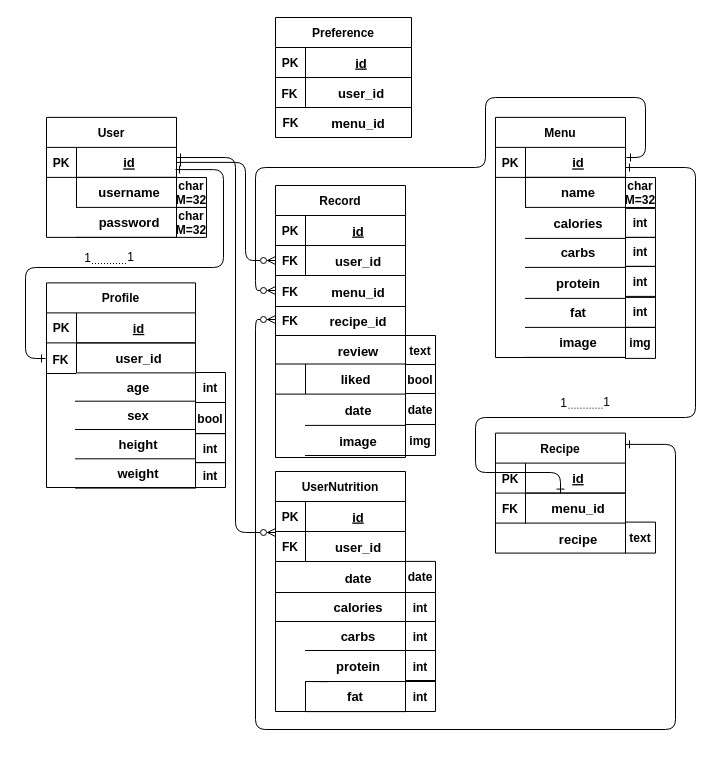
Earlier version of the draw.io diagram diagrams/Backend ER Diagram.drawio (swsnu/swpp2021-team5). Source tidied: cells renumbered, new cells numbered last; positions are measured from the earlier drawing's top-left corner, leaving out a move shared by most shapes. Both pictures are drawn from the tidied source at 100%, with x=0, y=0 at pixel (25, 17).
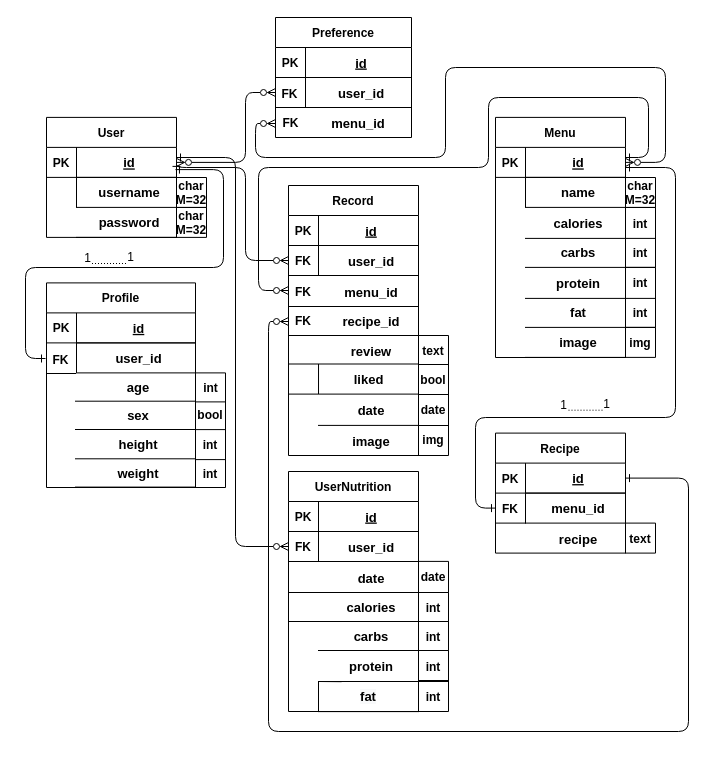
Above is the later version.

Unchanged cells that the change refers to:
```xml
<mxCell id="4" style="shape=partialRectangle;fillColor=none;points=[[0,0.5],[1,0.5]];portConstraint=eastwest;top=0;left=0;right=0;bottom=1;" parent="3" vertex="1">
  <mxGeometry y="30" width="130" height="30" as="geometry" />
</mxCell>
<mxCell id="7" style="shape=partialRectangle;fillColor=none;points=[[0,0.5],[1,0.5]];portConstraint=eastwest;top=0;left=0;right=0;bottom=0;" parent="3" vertex="1">
  <mxGeometry y="60" width="130" height="30" as="geometry" />
</mxCell>
<mxCell id="17" style="shape=partialRectangle;fillColor=none;points=[[0,0.5],[1,0.5]];portConstraint=eastwest;top=0;left=0;right=0;bottom=1;" parent="16" vertex="1">
  <mxGeometry y="30" width="130" height="30" as="geometry" />
</mxCell>
<mxCell id="36" style="shape=partialRectangle;fillColor=none;points=[[0,0.5],[1,0.5]];portConstraint=eastwest;top=0;left=0;right=0;bottom=0;" parent="32" vertex="1">
  <mxGeometry y="60" width="130" height="30" as="geometry" />
</mxCell>
<mxCell id="51" style="shape=partialRectangle;fillColor=none;points=[[0,0.5],[1,0.5]];portConstraint=eastwest;top=0;left=0;right=0;bottom=0;" parent="47" vertex="1">
  <mxGeometry y="60" width="130" height="30" as="geometry" />
</mxCell>
<mxCell id="108" style="shape=partialRectangle;fillColor=none;points=[[0,0.5],[1,0.5]];portConstraint=eastwest;top=0;left=0;right=0;bottom=0;" parent="104" vertex="1">
  <mxGeometry y="60" width="136" height="30" as="geometry" />
</mxCell>
<mxCell id="115" style="shape=partialRectangle;fillColor=none;points=[[0,0.5],[1,0.5]];portConstraint=eastwest;top=0;left=0;right=0;bottom=1;" parent="114" vertex="1">
  <mxGeometry y="30" width="130" height="30" as="geometry" />
</mxCell>
```

Diff of the diagram source:
```diff
@@
     <mxCell id="13" style="edgeStyle=orthogonalEdgeStyle;endArrow=ERzeroToMany;startArrow=ERone;endFill=0;startFill=0;exitX=1;exitY=0.5;exitDx=0;exitDy=0;strokeColor=default;labelBackgroundColor=default;fontColor=default;" parent="1" edge="1" source="17" target="36">
       <mxGeometry relative="1" as="geometry">
         <Array as="points">
-          <mxPoint x="220" y="145" />
+          <mxPoint x="151" y="150" />
+          <mxPoint x="220" y="150" />
           <mxPoint x="220" y="243" />
         </Array>
       </mxGeometry>
     </mxCell>
@@
     <mxCell id="24" style="edgeStyle=orthogonalEdgeStyle;endArrow=ERone;startArrow=ERone;endFill=0;startFill=0;strokeColor=default;labelBackgroundColor=default;fontColor=default;" parent="1" edge="1" source="7">
       <mxGeometry relative="1" as="geometry">
         <mxPoint x="600" y="150" as="targetPoint" />
         <Array as="points">
-          <mxPoint x="535" y="455" />
-          <mxPoint x="450" y="455" />
+          <mxPoint x="450" y="491" />
           <mxPoint x="450" y="400" />
-          <mxPoint x="670" y="400" />
-          <mxPoint x="670" y="150" />
+          <mxPoint x="650" y="400" />
+          <mxPoint x="650" y="150" />
         </Array>
       </mxGeometry>
     </mxCell>
-    <mxCell id="25" style="edgeStyle=orthogonalEdgeStyle;endArrow=ERzeroToMany;startArrow=ERone;endFill=0;startFill=0;strokeColor=default;labelBackgroundColor=default;fontColor=default;" parent="1" edge="1">
+    <mxCell id="25" style="edgeStyle=orthogonalEdgeStyle;endArrow=ERzeroToMany;startArrow=ERone;endFill=0;startFill=0;strokeColor=default;labelBackgroundColor=default;fontColor=default;" parent="1" edge="1" source="115">
       <mxGeometry relative="1" as="geometry">
-        <mxPoint x="601" y="140" as="sourcePoint" />
-        <mxPoint x="250" y="273" as="targetPoint" />
+        <mxPoint x="263" y="273" as="targetPoint" />
         <Array as="points">
-          <mxPoint x="620" y="140" />
-          <mxPoint x="620" y="80" />
-          <mxPoint x="460" y="80" />
-          <mxPoint x="460" y="150" />
-          <mxPoint x="230" y="150" />
-          <mxPoint x="230" y="273" />
+          <mxPoint x="623" y="140" />
+          <mxPoint x="623" y="80" />
+          <mxPoint x="463" y="80" />
+          <mxPoint x="463" y="150" />
+          <mxPoint x="233" y="150" />
+          <mxPoint x="233" y="273" />
         </Array>
       </mxGeometry>
     </mxCell>
-    <mxCell id="26" style="edgeStyle=orthogonalEdgeStyle;endArrow=ERzeroToMany;startArrow=ERone;endFill=0;startFill=0;exitX=1;exitY=0.5;exitDx=0;exitDy=0;strokeColor=default;labelBackgroundColor=default;fontColor=default;" parent="1" edge="1">
+    <mxCell id="26" style="edgeStyle=orthogonalEdgeStyle;endArrow=ERzeroToMany;startArrow=ERone;endFill=0;startFill=0;exitX=1;exitY=0.5;exitDx=0;exitDy=0;strokeColor=default;labelBackgroundColor=default;fontColor=default;" parent="1" edge="1" source="4">
       <mxGeometry relative="1" as="geometry">
-        <mxPoint x="600" y="426.9" as="sourcePoint" />
-        <mxPoint x="250" y="302" as="targetPoint" />
+        <mxPoint x="263" y="304" as="targetPoint" />
         <Array as="points">
-          <mxPoint x="650" y="427" />
-          <mxPoint x="650" y="712" />
-          <mxPoint x="230" y="712" />
-          <mxPoint x="230" y="302" />
+          <mxPoint x="663" y="461" />
+          <mxPoint x="663" y="714" />
+          <mxPoint x="243" y="714" />
+          <mxPoint x="243" y="304" />
         </Array>
       </mxGeometry>
     </mxCell>
     <mxCell id="27" value="&lt;span style=&quot;font-family: &amp;quot;helvetica&amp;quot; ; font-size: 13px ; font-style: normal ; font-weight: 700 ; letter-spacing: normal ; text-indent: 0px ; text-transform: none ; word-spacing: 0px ; background-color: rgb(248 , 249 , 250) ; display: inline ; float: none&quot;&gt;fat&lt;/span&gt;" style="rounded=0;whiteSpace=wrap;html=1;fillColor=none;strokeColor=default;fontColor=default;align=center;" parent="1" vertex="1">
-      <mxGeometry x="280" y="664" width="100" height="30.1" as="geometry" />
+      <mxGeometry x="293" y="664" width="100" height="30.1" as="geometry" />
     </mxCell>
     <mxCell id="28" style="endArrow=none;html=1;rounded=0;exitX=0.231;exitY=0.006;exitDx=0;exitDy=0;exitPerimeter=0;" parent="1" edge="1" source="27">
       <mxGeometry relative="1" as="geometry">
-        <mxPoint x="280" y="664" as="targetPoint" />
+        <mxPoint x="293" y="664" as="targetPoint" />
       </mxGeometry>
     </mxCell>
     <mxCell id="29" style="edgeStyle=orthogonalEdgeStyle;endArrow=ERzeroToMany;startArrow=ERone;endFill=0;startFill=0;strokeColor=default;labelBackgroundColor=default;fontColor=default;" parent="1" edge="1" source="17" target="51">
       <mxGeometry relative="1" as="geometry">
         <Array as="points">
           <mxPoint x="210" y="140" />
-          <mxPoint x="210" y="515" />
+          <mxPoint x="210" y="529" />
         </Array>
       </mxGeometry>
     </mxCell>
     <mxCell id="30" value="&lt;b&gt;&lt;font style=&quot;font-size: 14px&quot;&gt;&amp;nbsp; &amp;nbsp; &amp;nbsp; &amp;nbsp; &lt;/font&gt;&lt;font style=&quot;font-size: 13px&quot;&gt;liked&lt;/font&gt;&lt;/b&gt;" style="rounded=0;whiteSpace=wrap;html=1;fillColor=none;strokeColor=default;fontColor=default;" parent="1" vertex="1">
-      <mxGeometry x="250" y="346.5" width="130" height="30.1" as="geometry" />
+      <mxGeometry x="263" y="346.5" width="130" height="30.1" as="geometry" />
     </mxCell>
@@
     <mxCell id="32" value="Record" style="shape=table;startSize=30;childLayout=tableLayout;rowLines=0;fontStyle=1;align=center;fillColor=default;strokeColor=default;fontColor=default;" parent="1" vertex="1">
-      <mxGeometry x="250" y="168" width="130" height="272" as="geometry" />
+      <mxGeometry x="263" y="168" width="130" height="270" as="geometry" />
     </mxCell>
@@
     <mxCell id="39" value="FK" style="shape=partialRectangle;overflow=hidden;fillColor=none;top=0;left=0;bottom=1;right=0;fontStyle=1;" parent="1" vertex="1">
-      <mxGeometry x="250" y="259" width="30" height="30" as="geometry" />
+      <mxGeometry x="263" y="259" width="30" height="30" as="geometry" />
     </mxCell>
     <mxCell id="40" value="menu_id" style="shape=partialRectangle;overflow=hidden;fillColor=none;top=0;left=0;bottom=1;right=0;align=center;spacingLeft=6;fontStyle=1;fontSize=13;" parent="1" vertex="1">
-      <mxGeometry x="280" y="259" width="100" height="30" as="geometry" />
+      <mxGeometry x="293" y="259" width="100" height="30" as="geometry" />
     </mxCell>
     <mxCell id="41" value="FK" style="shape=partialRectangle;overflow=hidden;fillColor=none;top=0;left=0;bottom=1;right=0;fontStyle=1;" parent="1" vertex="1">
-      <mxGeometry x="250" y="228" width="30" height="30" as="geometry" />
+      <mxGeometry x="263" y="228" width="30" height="30" as="geometry" />
     </mxCell>
     <mxCell id="42" value="FK" style="shape=partialRectangle;overflow=hidden;fillColor=none;top=0;left=0;bottom=1;right=0;fontStyle=1;" parent="1" vertex="1">
-      <mxGeometry x="250" y="288" width="30" height="30" as="geometry" />
+      <mxGeometry x="263" y="288" width="30" height="30" as="geometry" />
     </mxCell>
     <mxCell id="43" value="recipe_id" style="shape=partialRectangle;overflow=hidden;fillColor=none;top=0;left=0;bottom=1;right=0;align=center;spacingLeft=6;fontStyle=1;fontSize=13;" parent="1" vertex="1">
-      <mxGeometry x="280" y="288" width="100" height="30" as="geometry" />
+      <mxGeometry x="293" y="288" width="100" height="30" as="geometry" />
     </mxCell>
     <mxCell id="44" style="shape=partialRectangle;overflow=hidden;fillColor=none;top=0;left=0;bottom=0;right=0;" parent="1" vertex="1">
-      <mxGeometry x="250" y="318" width="30" height="30" as="geometry" />
+      <mxGeometry x="263" y="318" width="30" height="30" as="geometry" />
     </mxCell>
     <mxCell id="45" value="review" style="shape=partialRectangle;overflow=hidden;fillColor=none;top=0;left=0;bottom=0;right=0;align=center;spacingLeft=6;fontStyle=1;fontSize=13;" parent="1" vertex="1">
-      <mxGeometry x="280" y="318" width="100" height="30" as="geometry" />
+      <mxGeometry x="293" y="318" width="100" height="30" as="geometry" />
     </mxCell>
     <mxCell id="46" value="date" style="shape=partialRectangle;overflow=hidden;fillColor=none;top=0;left=0;bottom=1;right=0;align=center;spacingLeft=6;fontStyle=1;fontSize=13;strokeColor=default;fontColor=default;" parent="1" vertex="1">
-      <mxGeometry x="280" y="377.9" width="100" height="30" as="geometry" />
+      <mxGeometry x="293" y="377.9" width="100" height="30" as="geometry" />
     </mxCell>
     <mxCell id="47" value="UserNutrition" style="shape=table;startSize=30;childLayout=tableLayout;rowLines=0;fontStyle=1;align=center;" parent="1" vertex="1">
-      <mxGeometry x="250" y="454" width="130" height="240" as="geometry" />
+      <mxGeometry x="263" y="454" width="130" height="240" as="geometry" />
     </mxCell>
@@
     <mxCell id="54" style="shape=partialRectangle;overflow=hidden;fillColor=none;top=0;left=0;bottom=1;right=0;fontStyle=1;" parent="1" vertex="1">
-      <mxGeometry x="250" y="545" width="30" height="30" as="geometry" />
+      <mxGeometry x="263" y="545" width="30" height="30" as="geometry" />
     </mxCell>
     <mxCell id="55" value="calories" style="shape=partialRectangle;overflow=hidden;fillColor=none;top=0;left=0;bottom=1;right=0;align=center;spacingLeft=6;fontStyle=1;fontSize=13;strokeColor=default;fontColor=default;" parent="1" vertex="1">
-      <mxGeometry x="280" y="574" width="100" height="30" as="geometry" />
+      <mxGeometry x="293" y="574" width="100" height="30" as="geometry" />
     </mxCell>
     <mxCell id="56" value="FK" style="shape=partialRectangle;overflow=hidden;fillColor=none;top=0;left=0;bottom=1;right=0;fontStyle=1;" parent="1" vertex="1">
-      <mxGeometry x="250" y="514" width="30" height="30" as="geometry" />
+      <mxGeometry x="263" y="514" width="30" height="30" as="geometry" />
     </mxCell>
     <mxCell id="57" style="shape=partialRectangle;overflow=hidden;fillColor=none;top=0;left=0;bottom=1;right=0;fontStyle=1;strokeColor=default;fontColor=default;" parent="1" vertex="1">
-      <mxGeometry x="250" y="574" width="30" height="30" as="geometry" />
+      <mxGeometry x="263" y="574" width="30" height="30" as="geometry" />
     </mxCell>
     <mxCell id="58" value="carbs" style="shape=partialRectangle;overflow=hidden;fillColor=none;top=0;left=0;bottom=1;right=0;align=center;spacingLeft=6;fontStyle=1;fontSize=13;strokeColor=default;fontColor=default;" parent="1" vertex="1">
-      <mxGeometry x="280" y="603" width="100" height="30" as="geometry" />
+      <mxGeometry x="293" y="603" width="100" height="30" as="geometry" />
     </mxCell>
     <mxCell id="59" style="shape=partialRectangle;overflow=hidden;fillColor=none;top=0;left=0;bottom=0;right=0;" parent="1" vertex="1">
-      <mxGeometry x="250" y="604" width="30" height="30" as="geometry" />
+      <mxGeometry x="263" y="604" width="30" height="30" as="geometry" />
     </mxCell>
     <mxCell id="60" value="protein" style="shape=partialRectangle;overflow=hidden;fillColor=none;top=0;left=0;bottom=0;right=0;align=center;spacingLeft=6;fontStyle=1;fontSize=13;strokeColor=default;fontColor=default;" parent="1" vertex="1">
-      <mxGeometry x="280" y="633" width="100" height="30" as="geometry" />
+      <mxGeometry x="293" y="633" width="100" height="30" as="geometry" />
     </mxCell>
     <mxCell id="61" value="weight" style="shape=partialRectangle;overflow=hidden;fillColor=none;top=0;left=0;bottom=1;right=0;align=center;spacingLeft=6;fontStyle=1;fontSize=13;strokeColor=default;fontColor=default;" parent="1" vertex="1">
-      <mxGeometry x="50" y="441.3" width="120" height="29.3" as="geometry" />
+      <mxGeometry x="50" y="441.3" width="120" height="28.3" as="geometry" />
     </mxCell>
@@
     <mxCell id="74" style="group;fontColor=default;" parent="1" vertex="1">
-      <mxGeometry x="540" y="390.7" width="45" height="2" as="geometry" />
+      <mxGeometry x="540" y="392.7" width="45" height="2" as="geometry" />
     </mxCell>
@@
     <mxCell id="82" value="date" style="shape=partialRectangle;overflow=hidden;fillColor=none;top=0;left=0;bottom=1;right=0;align=center;spacingLeft=6;fontStyle=1;fontSize=13;strokeColor=default;fontColor=default;" parent="1" vertex="1">
-      <mxGeometry x="280" y="545" width="100" height="30" as="geometry" />
+      <mxGeometry x="293" y="545" width="100" height="30" as="geometry" />
     </mxCell>
     <mxCell id="83" value="int" style="shape=partialRectangle;overflow=hidden;fillColor=none;top=1;left=0;bottom=1;right=1;fontStyle=1;strokeColor=default;fontColor=default;" parent="1" vertex="1">
-      <mxGeometry x="380" y="575" width="30" height="29" as="geometry" />
+      <mxGeometry x="393" y="575" width="30" height="29" as="geometry" />
     </mxCell>
     <mxCell id="84" value="date" style="shape=partialRectangle;overflow=hidden;fillColor=none;top=1;left=0;bottom=1;right=1;fontStyle=1;strokeColor=default;fontColor=default;" parent="1" vertex="1">
-      <mxGeometry x="380" y="543.9" width="30" height="31.1" as="geometry" />
+      <mxGeometry x="393" y="543.9" width="30" height="31.1" as="geometry" />
     </mxCell>
     <mxCell id="85" value="int" style="shape=partialRectangle;overflow=hidden;fillColor=none;top=1;left=0;bottom=1;right=1;fontStyle=1;strokeColor=default;fontColor=default;" parent="1" vertex="1">
-      <mxGeometry x="380" y="604" width="30" height="29" as="geometry" />
+      <mxGeometry x="393" y="604" width="30" height="29" as="geometry" />
     </mxCell>
     <mxCell id="86" value="int" style="shape=partialRectangle;overflow=hidden;fillColor=none;top=1;left=0;bottom=1;right=1;fontStyle=1;strokeColor=default;fontColor=default;" parent="1" vertex="1">
-      <mxGeometry x="380" y="633" width="30" height="31" as="geometry" />
+      <mxGeometry x="393" y="633" width="30" height="31" as="geometry" />
     </mxCell>
     <mxCell id="87" value="int" style="shape=partialRectangle;overflow=hidden;fillColor=none;top=1;left=0;bottom=1;right=1;fontStyle=1;strokeColor=default;fontColor=default;" parent="1" vertex="1">
-      <mxGeometry x="380" y="663" width="30" height="31" as="geometry" />
+      <mxGeometry x="393" y="663" width="30" height="31" as="geometry" />
     </mxCell>
@@
     <mxCell id="90" value="int" style="shape=partialRectangle;overflow=hidden;fillColor=none;top=1;left=0;bottom=1;right=1;fontStyle=1;strokeColor=default;fontColor=default;" parent="1" vertex="1">
-      <mxGeometry x="170" y="355" width="30" height="30" as="geometry" />
+      <mxGeometry x="171" y="355.4" width="29" height="29" as="geometry" />
     </mxCell>
-    <mxCell id="91" value="int" style="shape=partialRectangle;overflow=hidden;fillColor=none;top=1;left=0;bottom=1;right=1;fontStyle=1;strokeColor=default;fontColor=default;" parent="1" vertex="1">
-      <mxGeometry x="170" y="416.1" width="30" height="29" as="geometry" />
+    <mxCell id="91" value="int" style="shape=partialRectangle;overflow=hidden;fillColor=none;top=0;left=0;bottom=1;right=1;fontStyle=1;strokeColor=default;fontColor=default;" parent="1" vertex="1">
+      <mxGeometry x="170" y="412.1" width="30" height="30" as="geometry" />
     </mxCell>
-    <mxCell id="92" value="bool" style="shape=partialRectangle;overflow=hidden;fillColor=none;top=1;left=0;bottom=1;right=1;fontStyle=1;strokeColor=default;fontColor=default;" parent="1" vertex="1">
-      <mxGeometry x="170" y="385" width="30" height="31.1" as="geometry" />
+    <mxCell id="92" value="bool" style="shape=partialRectangle;overflow=hidden;fillColor=none;top=0;left=0;bottom=1;right=1;fontStyle=1;strokeColor=default;fontColor=default;" parent="1" vertex="1">
+      <mxGeometry x="170" y="382" width="30" height="30.1" as="geometry" />
     </mxCell>
-    <mxCell id="93" value="int" style="shape=partialRectangle;overflow=hidden;fillColor=none;top=1;left=0;bottom=1;right=1;fontStyle=1;strokeColor=default;fontColor=default;" parent="1" vertex="1">
-      <mxGeometry x="170" y="445.1" width="30" height="24.9" as="geometry" />
+    <mxCell id="93" value="int" style="shape=partialRectangle;overflow=hidden;fillColor=none;top=0;left=0;bottom=1;right=1;fontStyle=1;strokeColor=default;fontColor=default;" parent="1" vertex="1">
+      <mxGeometry x="170" y="442.1" width="30" height="27.9" as="geometry" />
     </mxCell>
     <mxCell id="94" value="text" style="shape=partialRectangle;overflow=hidden;fillColor=none;top=1;left=0;bottom=1;right=1;fontStyle=1;strokeColor=default;fontColor=default;" parent="1" vertex="1">
-      <mxGeometry x="600" y="504.6" width="30" height="31" as="geometry" />
+      <mxGeometry x="600" y="505.6" width="30" height="30" as="geometry" />
     </mxCell>
     <mxCell id="95" value="text" style="shape=partialRectangle;overflow=hidden;fillColor=none;top=1;left=0;bottom=1;right=1;fontStyle=1;strokeColor=default;fontColor=default;" parent="1" vertex="1">
-      <mxGeometry x="380" y="318" width="30" height="29" as="geometry" />
+      <mxGeometry x="393" y="318" width="30" height="29" as="geometry" />
     </mxCell>
-    <mxCell id="96" value="bool" style="shape=partialRectangle;overflow=hidden;fillColor=none;top=1;left=0;bottom=1;right=1;fontStyle=1;strokeColor=default;fontColor=default;" parent="1" vertex="1">
-      <mxGeometry x="380" y="347" width="30" height="29" as="geometry" />
+    <mxCell id="96" value="bool" style="shape=partialRectangle;overflow=hidden;fillColor=none;top=0;left=0;bottom=1;right=1;fontStyle=1;strokeColor=default;fontColor=default;" parent="1" vertex="1">
+      <mxGeometry x="393" y="347" width="30" height="30" as="geometry" />
     </mxCell>
-    <mxCell id="97" value="date" style="shape=partialRectangle;overflow=hidden;fillColor=none;top=1;left=0;bottom=1;right=1;fontStyle=1;strokeColor=default;fontColor=default;" parent="1" vertex="1">
-      <mxGeometry x="380" y="376" width="30" height="31" as="geometry" />
+    <mxCell id="97" value="date" style="shape=partialRectangle;overflow=hidden;fillColor=none;top=0;left=0;bottom=1;right=1;fontStyle=1;strokeColor=default;fontColor=default;" parent="1" vertex="1">
+      <mxGeometry x="393" y="376" width="30" height="32" as="geometry" />
     </mxCell>
-    <mxCell id="98" value="int" style="shape=partialRectangle;overflow=hidden;fillColor=none;top=1;left=0;bottom=1;right=1;fontStyle=1;strokeColor=default;fontColor=default;" parent="1" vertex="1">
-      <mxGeometry x="600" y="190.9" width="30" height="29" as="geometry" />
+    <mxCell id="98" value="int" style="shape=partialRectangle;overflow=hidden;fillColor=none;top=1;left=0;bottom=0;right=1;fontStyle=1;strokeColor=default;fontColor=default;" parent="1" vertex="1">
+      <mxGeometry x="600" y="189.9" width="30" height="32" as="geometry" />
     </mxCell>
     <mxCell id="99" value="int" style="shape=partialRectangle;overflow=hidden;fillColor=none;top=1;left=0;bottom=1;right=1;fontStyle=1;strokeColor=default;fontColor=default;" parent="1" vertex="1">
-      <mxGeometry x="600" y="219.9" width="30" height="29" as="geometry" />
+      <mxGeometry x="600" y="220.9" width="30" height="29" as="geometry" />
     </mxCell>
     <mxCell id="100" value="int" style="shape=partialRectangle;overflow=hidden;fillColor=none;top=1;left=0;bottom=1;right=1;fontStyle=1;strokeColor=default;fontColor=default;" parent="1" vertex="1">
-      <mxGeometry x="600" y="248.9" width="30" height="31" as="geometry" />
+      <mxGeometry x="600" y="249.9" width="30" height="31" as="geometry" />
     </mxCell>
-    <mxCell id="101" value="int" style="shape=partialRectangle;overflow=hidden;fillColor=none;top=1;left=0;bottom=1;right=1;fontStyle=1;strokeColor=default;fontColor=default;" parent="1" vertex="1">
-      <mxGeometry x="600" y="278.9" width="30" height="31" as="geometry" />
+    <mxCell id="101" value="int" style="shape=partialRectangle;overflow=hidden;fillColor=none;top=0;left=0;bottom=1;right=1;fontStyle=1;strokeColor=default;fontColor=default;" parent="1" vertex="1">
+      <mxGeometry x="600" y="280" width="30" height="29.9" as="geometry" />
     </mxCell>
@@
     <mxCell id="130" value="img" style="shape=partialRectangle;overflow=hidden;fillColor=none;top=1;left=0;bottom=1;right=1;fontStyle=1;strokeColor=default;fontColor=default;" parent="1" vertex="1">
-      <mxGeometry x="600" y="309.9" width="30" height="31" as="geometry" />
+      <mxGeometry x="600" y="309.9" width="30" height="30" as="geometry" />
     </mxCell>
     <mxCell id="131" value="image" style="shape=partialRectangle;overflow=hidden;fillColor=none;top=0;left=0;bottom=1;right=0;align=center;spacingLeft=6;fontStyle=1;fontSize=13;strokeColor=default;fontColor=default;" parent="1" vertex="1">
-      <mxGeometry x="280" y="408" width="100" height="30" as="geometry" />
+      <mxGeometry x="293" y="408" width="100" height="30" as="geometry" />
     </mxCell>
-    <mxCell id="132" value="img" style="shape=partialRectangle;overflow=hidden;fillColor=none;top=1;left=0;bottom=1;right=1;fontStyle=1;strokeColor=default;fontColor=default;" parent="1" vertex="1">
-      <mxGeometry x="380" y="407" width="30" height="31" as="geometry" />
+    <mxCell id="132" value="img" style="shape=partialRectangle;overflow=hidden;fillColor=none;top=0;left=0;bottom=1;right=1;fontStyle=1;strokeColor=default;fontColor=default;" parent="1" vertex="1">
+      <mxGeometry x="393" y="406" width="30" height="32" as="geometry" />
     </mxCell>
+    <mxCell id="133" style="edgeStyle=orthogonalEdgeStyle;endArrow=ERzeroToMany;startArrow=ERzeroToMany;endFill=0;startFill=0;strokeColor=default;labelBackgroundColor=default;fontColor=default;exitX=1;exitY=0.5;exitDx=0;exitDy=0;" parent="1" edge="1" source="17" target="108">
+      <mxGeometry relative="1" as="geometry">
+        <Array as="points">
+          <mxPoint x="220" y="145" />
+          <mxPoint x="220" y="75" />
+        </Array>
+      </mxGeometry>
+    </mxCell>
+    <mxCell id="134" style="edgeStyle=orthogonalEdgeStyle;endArrow=ERzeroToMany;startArrow=ERzeroToMany;endFill=0;startFill=0;strokeColor=default;labelBackgroundColor=default;fontColor=default;exitX=1;exitY=0.5;exitDx=0;exitDy=0;" parent="1" edge="1" source="115">
+      <mxGeometry relative="1" as="geometry">
+        <mxPoint x="250" y="106" as="targetPoint" />
+        <Array as="points">
+          <mxPoint x="640" y="145" />
+          <mxPoint x="640" y="50" />
+          <mxPoint x="420" y="50" />
+          <mxPoint x="420" y="140" />
+          <mxPoint x="230" y="140" />
+          <mxPoint x="230" y="106" />
+        </Array>
+      </mxGeometry>
+    </mxCell>
```
